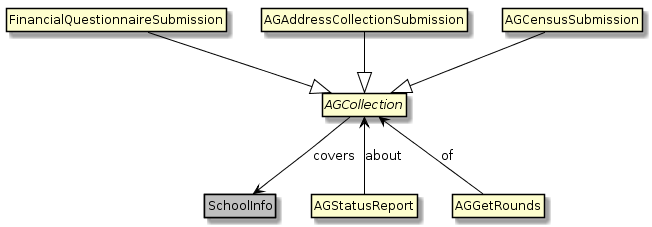
This is 99_Resources/images/Logical_AGCollections.png from nsip/specgen_input_au, a PlantUML export, as it was before one commit. The source it was exported from:
```plantuml
@startuml
hide empty members
hide circle
skinparam class {
ArrowColor Black
BorderColor Black
}

class SchoolInfo #silver
abstract class AGCollection

FinancialQuestionnaireSubmission --|> AGCollection
AGAddressCollectionSubmission --|> AGCollection
AGCensusSubmission --|> AGCollection

AGCollection <-- AGStatusReport : about

AGCollection <-- AGGetRounds : of

AGCollection --> SchoolInfo : covers
@enduml
```
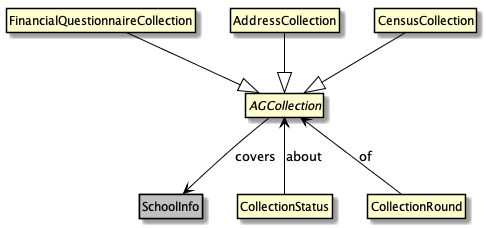
After the change.

Change to the diagram source:
```diff
@@ -9,13 +9,13 @@
 class SchoolInfo #silver
 abstract class AGCollection
 
-FinancialQuestionnaireSubmission --|> AGCollection
-AGAddressCollectionSubmission --|> AGCollection
-AGCensusSubmission --|> AGCollection
+FinancialQuestionnaireCollection --|> AGCollection
+AddressCollection --|> AGCollection
+CensusCollection --|> AGCollection
 
-AGCollection <-- AGStatusReport : about
+AGCollection <-- CollectionStatus : about
 
-AGCollection <-- AGGetRounds : of
+AGCollection <-- CollectionRound : of
 
 AGCollection --> SchoolInfo : covers
 @enduml
```
